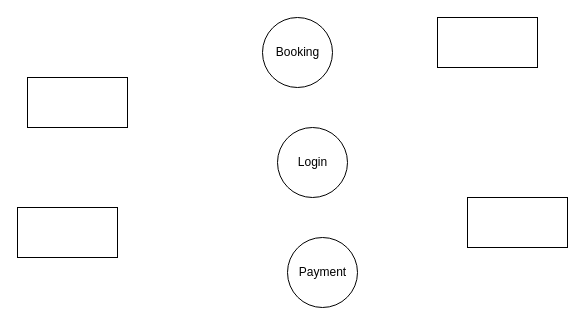
Before: Untitled Diagram.drawio in ssaymanasrin10/sp2, a draw.io diagram. Source tidied: cells renumbered, new cells numbered last; positions are measured from the earlier drawing's top-left corner, leaving out a move shared by most shapes. Both pictures are drawn from the tidied source at 100%, with x=0, y=0 at pixel (17, 17).
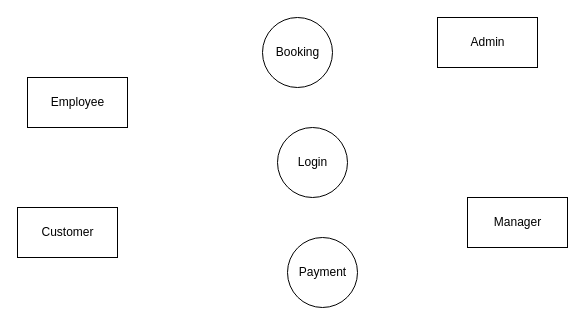
After the change.

Change to the diagram source:
```diff
@@
 <mxGraphModel>
   <root>
     <mxCell id="0" />
     <mxCell id="1" parent="0" />
     <mxCell id="2" value="Booking" style="shape=ellipse;html=1;dashed=0;whitespace=wrap;perimeter=ellipsePerimeter;" parent="1" vertex="1">
       <mxGeometry x="245" width="70" height="70" as="geometry" />
     </mxCell>
-    <mxCell id="3" style="html=1;dashed=0;whitespace=wrap;" parent="1" vertex="1">
+    <mxCell id="3" value="Employee" style="html=1;dashed=0;whitespace=wrap;" parent="1" vertex="1">
       <mxGeometry x="10" y="60" width="100" height="50" as="geometry" />
     </mxCell>
-    <mxCell id="4" style="html=1;dashed=0;whitespace=wrap;" parent="1" vertex="1">
+    <mxCell id="4" value="Admin" style="html=1;dashed=0;whitespace=wrap;" parent="1" vertex="1">
       <mxGeometry x="420" width="100" height="50" as="geometry" />
     </mxCell>
-    <mxCell id="5" style="html=1;dashed=0;whitespace=wrap;" parent="1" vertex="1">
+    <mxCell id="5" value="Customer" style="html=1;dashed=0;whitespace=wrap;" parent="1" vertex="1">
       <mxGeometry y="190" width="100" height="50" as="geometry" />
     </mxCell>
-    <mxCell id="6" style="html=1;dashed=0;whitespace=wrap;" parent="1" vertex="1">
+    <mxCell id="6" value="Manager" style="html=1;dashed=0;whitespace=wrap;" parent="1" vertex="1">
       <mxGeometry x="450" y="180" width="100" height="50" as="geometry" />
     </mxCell>
     <mxCell id="7" value="Login" style="shape=ellipse;html=1;dashed=0;whitespace=wrap;perimeter=ellipsePerimeter;" parent="1" vertex="1">
       <mxGeometry x="260" y="110" width="70" height="70" as="geometry" />
     </mxCell>
     <mxCell id="8" value="Payment" style="shape=ellipse;html=1;dashed=0;whitespace=wrap;perimeter=ellipsePerimeter;" parent="1" vertex="1">
       <mxGeometry x="270" y="220" width="70" height="70" as="geometry" />
     </mxCell>
   </root>
 </mxGraphModel>
```
